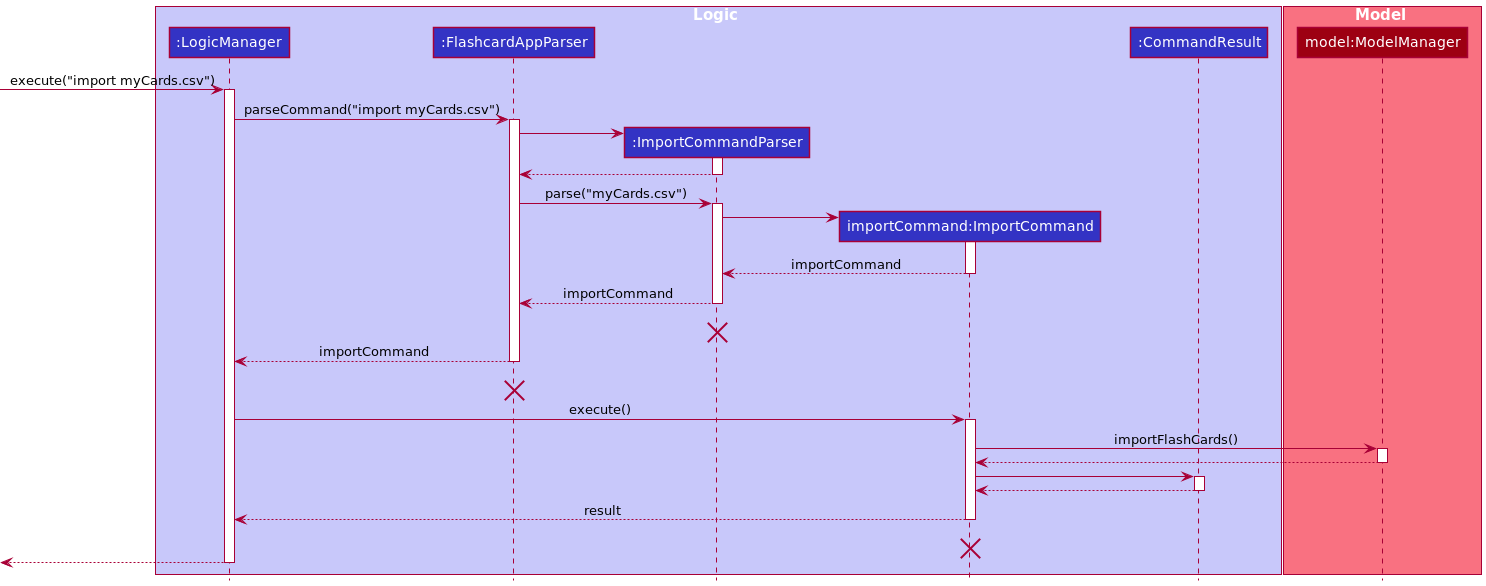
sharmainec/tp keeps this PlantUML diagram as docs/images/ImportSequenceDiagram.png. Above is the earlier version. Source of this version:
```plantuml
@startuml
!include style.puml

box Logic LOGIC_COLOR_T1
participant ":LogicManager" as LogicManager LOGIC_COLOR
participant ":FlashcardAppParser" as FlashcardAppParser LOGIC_COLOR
participant ":ImportCommandParser" as ImportCommandParser LOGIC_COLOR
participant "importCommand:ImportCommand" as ImportCommand LOGIC_COLOR
participant ":CommandResult" as CommandResult LOGIC_COLOR
end box

box Model MODEL_COLOR_T1
participant "model:ModelManager" as Model MODEL_COLOR
end box

[-> LogicManager : execute("import myCards.csv")
activate LogicManager

LogicManager -> FlashcardAppParser : parseCommand("import myCards.csv")
activate FlashcardAppParser

create ImportCommandParser
FlashcardAppParser -> ImportCommandParser
activate ImportCommandParser

ImportCommandParser --> FlashcardAppParser
deactivate ImportCommandParser

FlashcardAppParser -> ImportCommandParser: parse("myCards.csv")
activate ImportCommandParser

create ImportCommand
ImportCommandParser -> ImportCommand
activate ImportCommand

ImportCommand --> ImportCommandParser : importCommand
deactivate ImportCommand

ImportCommandParser --> FlashcardAppParser: importCommand
deactivate ImportCommandParser

ImportCommandParser -[hidden]-> FlashcardAppParser: importCommand
destroy ImportCommandParser

FlashcardAppParser --> LogicManager : importCommand
deactivate FlashcardAppParser

FlashcardAppParser -[hidden]-> LogicManager : importCommand
destroy FlashcardAppParser

LogicManager -> ImportCommand : execute()
activate ImportCommand

ImportCommand -> Model : importFlashCards()
activate Model

Model --> ImportCommand
deactivate Model

ImportCommand -> CommandResult
activate CommandResult

CommandResult --> ImportCommand
deactivate CommandResult

ImportCommand --> LogicManager : result
deactivate ImportCommand

ImportCommand -[hidden]-> LogicManager : result
destroy ImportCommand

[<--LogicManager
deactivate LogicManager
@enduml
```
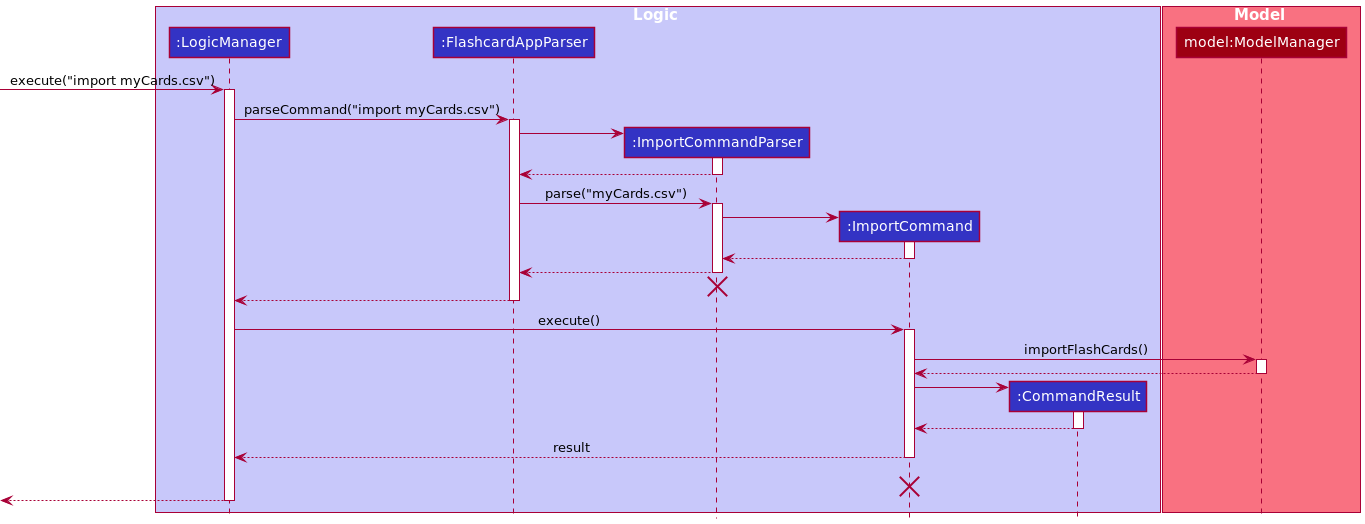
The same diagram one commit later.

Commit message:
Edit UML diagrams

Diff of the diagram source:
```diff
@@ -5,7 +5,7 @@
 participant ":LogicManager" as LogicManager LOGIC_COLOR
 participant ":FlashcardAppParser" as FlashcardAppParser LOGIC_COLOR
 participant ":ImportCommandParser" as ImportCommandParser LOGIC_COLOR
-participant "importCommand:ImportCommand" as ImportCommand LOGIC_COLOR
+participant ":ImportCommand" as ImportCommand LOGIC_COLOR
 participant ":CommandResult" as CommandResult LOGIC_COLOR
 end box
 
@@ -33,20 +33,17 @@
 ImportCommandParser -> ImportCommand
 activate ImportCommand
 
-ImportCommand --> ImportCommandParser : importCommand
+ImportCommand --> ImportCommandParser
 deactivate ImportCommand
 
-ImportCommandParser --> FlashcardAppParser: importCommand
+ImportCommandParser --> FlashcardAppParser
 deactivate ImportCommandParser
 
-ImportCommandParser -[hidden]-> FlashcardAppParser: importCommand
+ImportCommandParser -[hidden]-> FlashcardAppParser
 destroy ImportCommandParser
 
-FlashcardAppParser --> LogicManager : importCommand
+FlashcardAppParser --> LogicManager
 deactivate FlashcardAppParser
-
-FlashcardAppParser -[hidden]-> LogicManager : importCommand
-destroy FlashcardAppParser
 
 LogicManager -> ImportCommand : execute()
 activate ImportCommand
@@ -57,6 +54,7 @@
 Model --> ImportCommand
 deactivate Model
 
+create CommandResult
 ImportCommand -> CommandResult
 activate CommandResult
 
```
